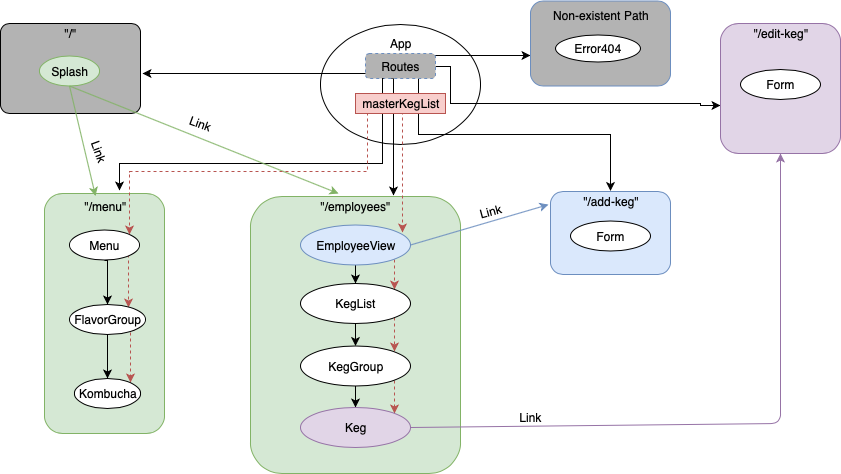
This is src/assets/images/ComponentsStates.png from schoinh/tap-room, a draw.io export, as it was before one commit. Source tidied: cells renumbered, new cells last; positions are measured from the earlier drawing's top-left corner, leaving out a move shared by most shapes.
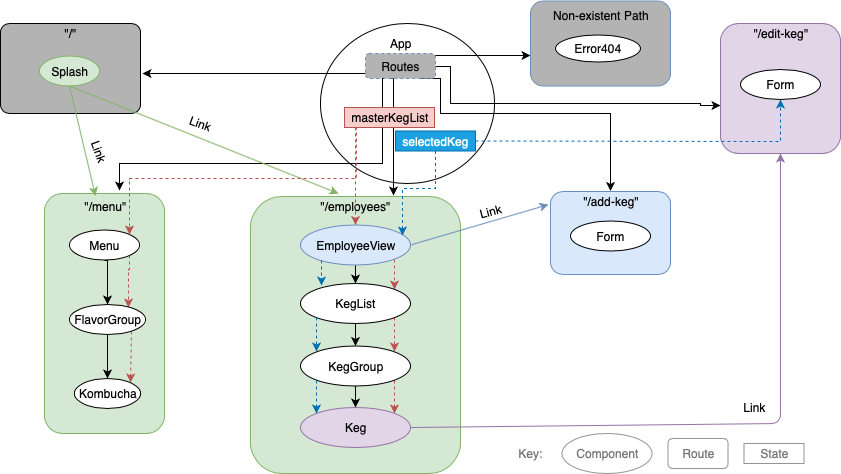
After the commit.

Commit message:
add selectedKeg to states diagram

Diff of the diagram source:
```diff
@@ -3,7 +3,7 @@
     <mxCell id="0" />
     <mxCell id="1" parent="0" />
     <mxCell id="2" style="ellipse;whiteSpace=wrap;html=1;" parent="1" vertex="1">
-      <mxGeometry x="334" y="37" width="160" height="120" as="geometry" />
+      <mxGeometry x="320" y="22" width="174" height="160" as="geometry" />
     </mxCell>
     <mxCell id="3" style="edgeStyle=orthogonalEdgeStyle;rounded=0;orthogonalLoop=1;jettySize=auto;html=1;" parent="1" edge="1">
       <mxGeometry relative="1" as="geometry">
@@ -16,7 +16,13 @@
       </mxGeometry>
     </mxCell>
     <mxCell id="4" style="edgeStyle=orthogonalEdgeStyle;rounded=0;jettySize=auto;html=1;exitX=0.75;exitY=1;exitDx=0;exitDy=0;" parent="1" edge="1" source="7" target="19">
-      <mxGeometry relative="1" as="geometry" />
+      <mxGeometry relative="1" as="geometry">
+        <Array as="points">
+          <mxPoint x="440" y="77" />
+          <mxPoint x="440" y="112" />
+          <mxPoint x="610" y="112" />
+        </Array>
+      </mxGeometry>
     </mxCell>
     <mxCell id="5" style="edgeStyle=orthogonalEdgeStyle;rounded=0;jettySize=auto;html=1;entryX=0;entryY=0.631;entryDx=0;entryDy=0;entryPerimeter=0;" parent="1" edge="1" source="7" target="20">
       <mxGeometry relative="1" as="geometry">
@@ -106,7 +112,8 @@
     <mxCell id="24" style="edgeStyle=orthogonalEdgeStyle;rounded=0;jettySize=auto;html=1;exitX=1;exitY=1;exitDx=0;exitDy=0;entryX=0.776;entryY=0.1;entryDx=0;entryDy=0;entryPerimeter=0;dashed=1;fillColor=#f8cecc;strokeColor=#b85450;" parent="1" edge="1" source="25" target="28">
       <mxGeometry relative="1" as="geometry">
         <Array as="points">
-          <mxPoint x="142" y="268" />
+          <mxPoint x="129" y="268" />
+          <mxPoint x="128" y="268" />
         </Array>
       </mxGeometry>
     </mxCell>
@@ -119,7 +126,7 @@
     <mxCell id="27" style="edgeStyle=orthogonalEdgeStyle;rounded=0;jettySize=auto;html=1;exitX=1;exitY=1;exitDx=0;exitDy=0;entryX=1;entryY=0;entryDx=0;entryDy=0;dashed=1;fillColor=#f8cecc;strokeColor=#b85450;" parent="1" edge="1" source="28" target="29">
       <mxGeometry relative="1" as="geometry">
         <Array as="points">
-          <mxPoint x="144" y="343" />
+          <mxPoint x="131" y="328" />
         </Array>
       </mxGeometry>
     </mxCell>
@@ -197,20 +204,56 @@
       <mxGeometry x="470" y="199.5" width="40" height="20" as="geometry" />
     </mxCell>
     <mxCell id="51" value="Link" style="text;html=1;align=center;verticalAlign=middle;whiteSpace=wrap;rounded=0;rotation=0;" parent="1" vertex="1">
-      <mxGeometry x="510" y="406" width="40" height="20" as="geometry" />
+      <mxGeometry x="733.5" y="396" width="40" height="20" as="geometry" />
     </mxCell>
     <mxCell id="52" style="edgeStyle=orthogonalEdgeStyle;rounded=0;jettySize=auto;html=1;exitX=0.133;exitY=0.95;exitDx=0;exitDy=0;entryX=1;entryY=0;entryDx=0;entryDy=0;fillColor=#f8cecc;strokeColor=#b85450;dashed=1;exitPerimeter=0;" parent="1" edge="1" source="54" target="25">
       <mxGeometry relative="1" as="geometry" />
     </mxCell>
-    <mxCell id="53" style="edgeStyle=orthogonalEdgeStyle;rounded=0;jettySize=auto;html=1;exitX=0.5;exitY=1;exitDx=0;exitDy=0;entryX=0.927;entryY=0.188;entryDx=0;entryDy=0;dashed=1;entryPerimeter=0;fillColor=#f8cecc;strokeColor=#b85450;" parent="1" edge="1" source="54" target="32">
+    <mxCell id="53" style="edgeStyle=orthogonalEdgeStyle;rounded=0;jettySize=auto;html=1;exitX=0.25;exitY=1;exitDx=0;exitDy=0;dashed=1;fillColor=#f8cecc;strokeColor=#b85450;" parent="1" edge="1" source="54" target="32">
       <mxGeometry relative="1" as="geometry">
         <Array as="points">
-          <mxPoint x="416" y="126" />
+          <mxPoint x="355" y="126" />
         </Array>
       </mxGeometry>
     </mxCell>
     <mxCell id="54" value="masterKegList" style="rounded=0;whiteSpace=wrap;html=1;fillColor=#f8cecc;strokeColor=#b85450;" parent="1" vertex="1">
-      <mxGeometry x="369" y="106" width="90" height="20" as="geometry" />
+      <mxGeometry x="344" y="106" width="90" height="20" as="geometry" />
     </mxCell>
+    <mxCell id="55" style="edgeStyle=orthogonalEdgeStyle;rounded=0;jettySize=auto;html=1;dashed=1;entryX=0.925;entryY=0.26;entryDx=0;entryDy=0;entryPerimeter=0;fillColor=#1ba1e2;strokeColor=#006EAF;" parent="1" edge="1" source="56" target="32">
+      <mxGeometry relative="1" as="geometry" />
+    </mxCell>
+    <mxCell id="56" value="selectedKeg" style="rounded=0;whiteSpace=wrap;html=1;fillColor=#1ba1e2;strokeColor=#006EAF;fontColor=#ffffff;" parent="1" vertex="1">
+      <mxGeometry x="395" y="129.5" width="80" height="20" as="geometry" />
+    </mxCell>
+    <mxCell id="57" style="edgeStyle=orthogonalEdgeStyle;rounded=0;jettySize=auto;html=1;exitX=0.195;exitY=0.883;exitDx=0;exitDy=0;dashed=1;fillColor=#1ba1e2;strokeColor=#006EAF;exitPerimeter=0;" parent="1" edge="1" source="32">
+      <mxGeometry relative="1" as="geometry">
+        <mxPoint x="321" y="284" as="targetPoint" />
+      </mxGeometry>
+    </mxCell>
+    <mxCell id="58" style="edgeStyle=orthogonalEdgeStyle;rounded=0;jettySize=auto;html=1;exitX=0;exitY=1;exitDx=0;exitDy=0;dashed=1;fillColor=#1ba1e2;strokeColor=#006EAF;entryX=0;entryY=0;entryDx=0;entryDy=0;" parent="1" edge="1" source="35" target="38">
+      <mxGeometry relative="1" as="geometry" />
+    </mxCell>
+    <mxCell id="59" style="edgeStyle=orthogonalEdgeStyle;rounded=0;jettySize=auto;html=1;exitX=0;exitY=1;exitDx=0;exitDy=0;dashed=1;fillColor=#1ba1e2;strokeColor=#006EAF;entryX=0;entryY=0;entryDx=0;entryDy=0;" parent="1" edge="1" source="38" target="39">
+      <mxGeometry relative="1" as="geometry" />
+    </mxCell>
+    <mxCell id="60" style="endArrow=classic;html=1;dashed=1;exitX=1;exitY=0.5;exitDx=0;exitDy=0;entryX=0.5;entryY=1;entryDx=0;entryDy=0;fillColor=#1ba1e2;strokeColor=#006EAF;rounded=0;" parent="1" edge="1" source="56" target="41">
+      <mxGeometry relative="1" as="geometry">
+        <Array as="points">
+          <mxPoint x="780" y="140" />
+        </Array>
+      </mxGeometry>
+    </mxCell>
+    <mxCell id="61" value="Route" style="rounded=1;whiteSpace=wrap;html=1;strokeColor=#949494;fontColor=#757575;" parent="1" vertex="1">
+      <mxGeometry x="667.5" y="437" width="60" height="30" as="geometry" />
+    </mxCell>
+    <mxCell id="62" value="Component" style="ellipse;whiteSpace=wrap;html=1;strokeColor=#949494;fontColor=#757575;" parent="1" vertex="1">
+      <mxGeometry x="561.5" y="432" width="90" height="40" as="geometry" />
+    </mxCell>
+    <mxCell id="63" value="State" style="rounded=0;whiteSpace=wrap;html=1;strokeColor=#949494;fontColor=#757575;" parent="1" vertex="1">
+      <mxGeometry x="743.5" y="442" width="60" height="20" as="geometry" />
+    </mxCell>
+    <mxCell id="64" value="Key:" style="text;html=1;strokeColor=none;fillColor=none;align=center;verticalAlign=middle;whiteSpace=wrap;rounded=0;fontColor=#757575;" parent="1" vertex="1">
+      <mxGeometry x="510" y="442" width="40" height="20" as="geometry" />
+    </mxCell>
   </root>
 </mxGraphModel>
```
